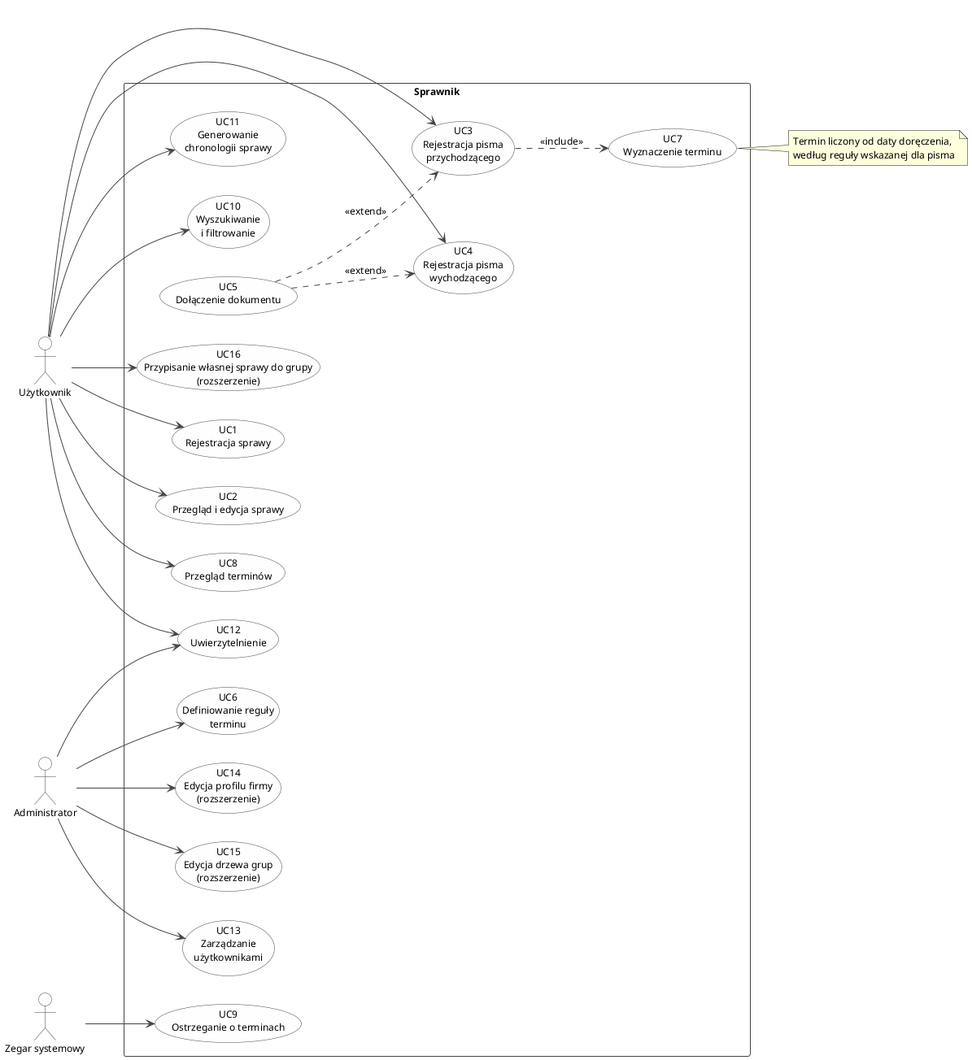
Above: docs/diagramy/przypadki-uzycia.png in adminroan24/sprawnik (PlantUML), before the change. Its diagram source:
```plantuml
@startuml przypadki-uzycia
left to right direction
skinparam backgroundColor white
skinparam shadowing false
skinparam defaultFontName Sans
skinparam defaultFontSize 12
skinparam usecase {
  BackgroundColor #FEFEFE
  BorderColor #444444
  ArrowColor #444444
}
skinparam actor {
  BackgroundColor #FEFEFE
  BorderColor #444444
}
skinparam rectangle {
  BorderColor #444444
  FontStyle bold
}

actor "Użytkownik" as U
actor "Administrator" as A
actor "Zegar systemowy" as Z

rectangle "Sprawnik" {
  usecase "UC1\nRejestracja sprawy" as UC1
  usecase "UC2\nPrzegląd i edycja sprawy" as UC2
  usecase "UC3\nRejestracja pisma\nprzychodzącego" as UC3
  usecase "UC4\nRejestracja pisma\nwychodzącego" as UC4
  usecase "UC5\nDołączenie dokumentu" as UC5
  usecase "UC6\nDefiniowanie reguły\nterminu" as UC6
  usecase "UC7\nWyznaczenie terminu" as UC7
  usecase "UC8\nPrzegląd terminów" as UC8
  usecase "UC9\nOstrzeganie o terminach" as UC9
  usecase "UC10\nWyszukiwanie\ni filtrowanie" as UC10
  usecase "UC11\nGenerowanie\nchronologii sprawy" as UC11
  usecase "UC12\nUwierzytelnienie" as UC12
  usecase "UC14\nEdycja profilu firmy\n(rozszerzenie)" as UC14
  usecase "UC15\nEdycja drzewa grup\n(rozszerzenie)" as UC15
  usecase "UC16\nPrzypisanie własnej sprawy do grupy\n(rozszerzenie)" as UC16
  usecase "UC13\nZarządzanie\nużytkownikami" as UC13
}

U --> UC1
U --> UC16
U --> UC2
U --> UC3
U --> UC4
U --> UC8
U --> UC10
U --> UC11
U --> UC12

A --> UC6
A --> UC14
A --> UC15
A --> UC13
A --> UC12

Z --> UC9

UC3 ..> UC7 : <<include>>

UC5 ..> UC3 : <<extend>>
UC5 ..> UC4 : <<extend>>

note right of UC7
  Termin liczony od daty doręczenia,
  według reguły wskazanej dla pisma
end note

@enduml
```
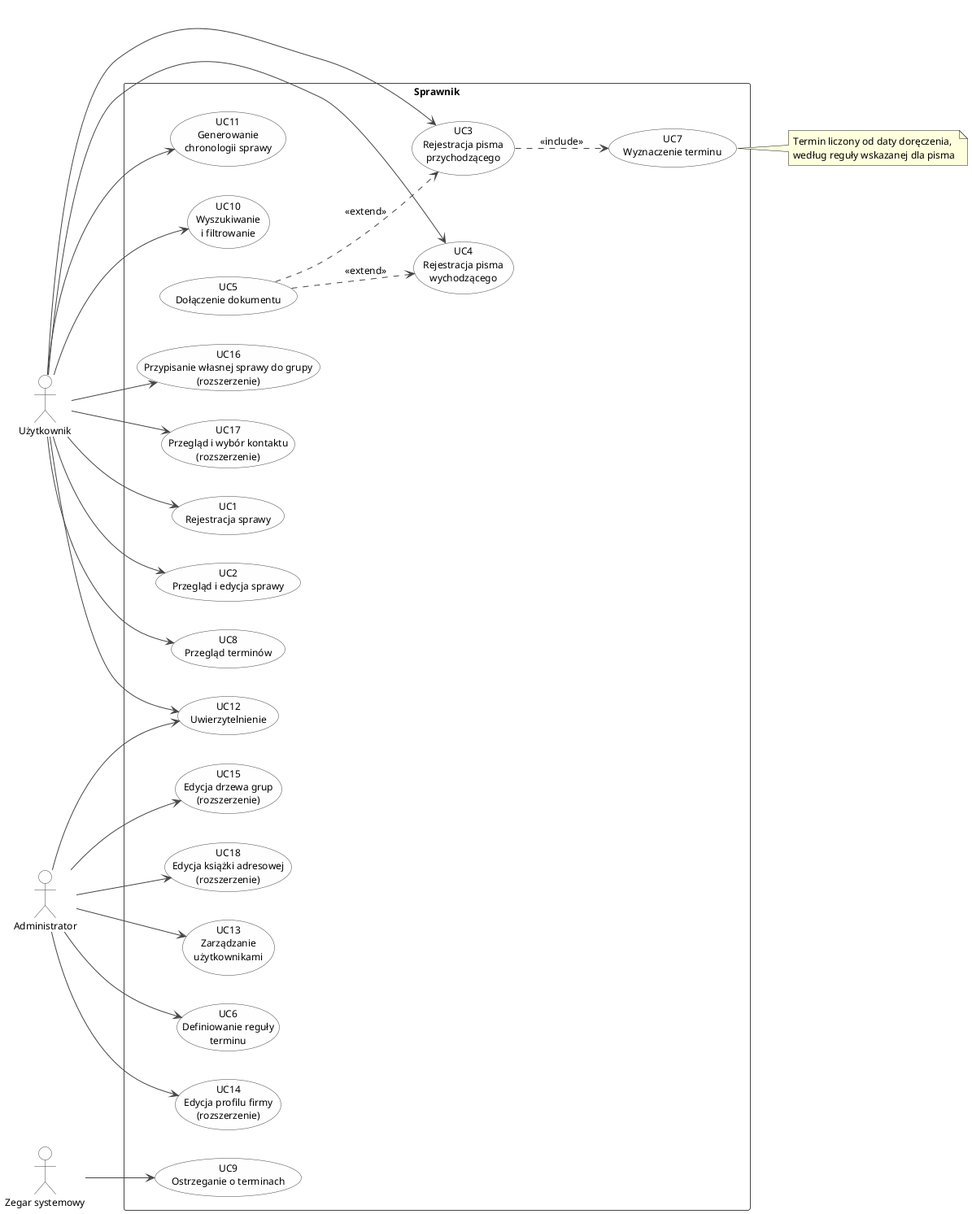
The same file after the commit.

Diff of the diagram source:
```diff
@@ -38,10 +38,13 @@
   usecase "UC14\nEdycja profilu firmy\n(rozszerzenie)" as UC14
   usecase "UC15\nEdycja drzewa grup\n(rozszerzenie)" as UC15
   usecase "UC16\nPrzypisanie własnej sprawy do grupy\n(rozszerzenie)" as UC16
+  usecase "UC17\nPrzegląd i wybór kontaktu\n(rozszerzenie)" as UC17
+  usecase "UC18\nEdycja książki adresowej\n(rozszerzenie)" as UC18
   usecase "UC13\nZarządzanie\nużytkownikami" as UC13
 }
 
 U --> UC1
+U --> UC17
 U --> UC16
 U --> UC2
 U --> UC3
@@ -52,6 +55,7 @@
 U --> UC12
 
 A --> UC6
+A --> UC18
 A --> UC14
 A --> UC15
 A --> UC13
```
